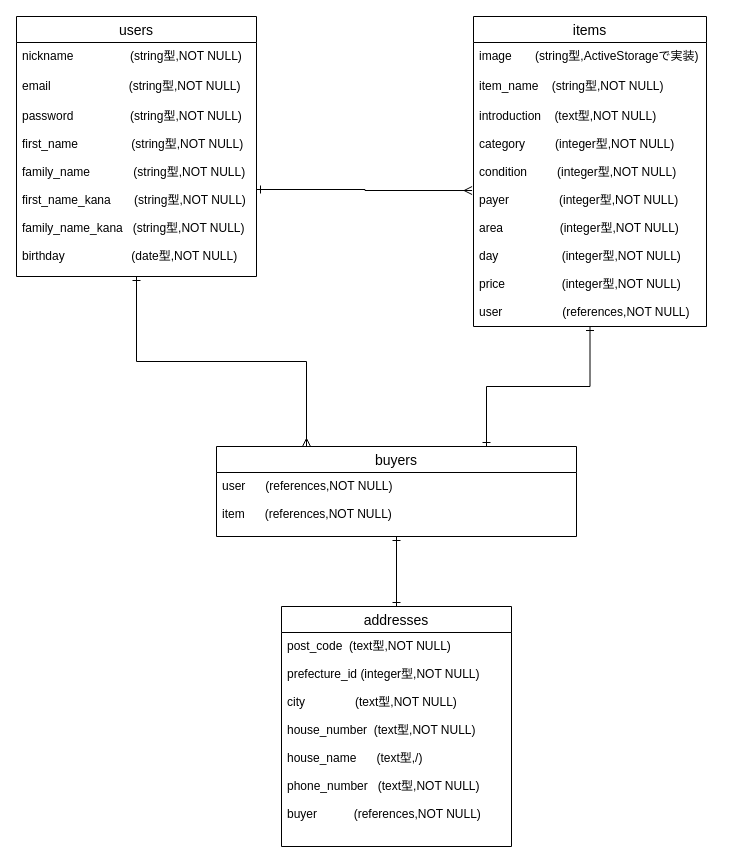
hara-yuto/furima-34762 keeps this draw.io diagram as furima-34762.dio. Above is the earlier version. Source tidied: cells renumbered, new cells numbered last; positions are measured from the earlier drawing's top-left corner, leaving out a move shared by most shapes. Both pictures are drawn from the tidied source at 100%, with x=0, y=0 at pixel (16, 16).
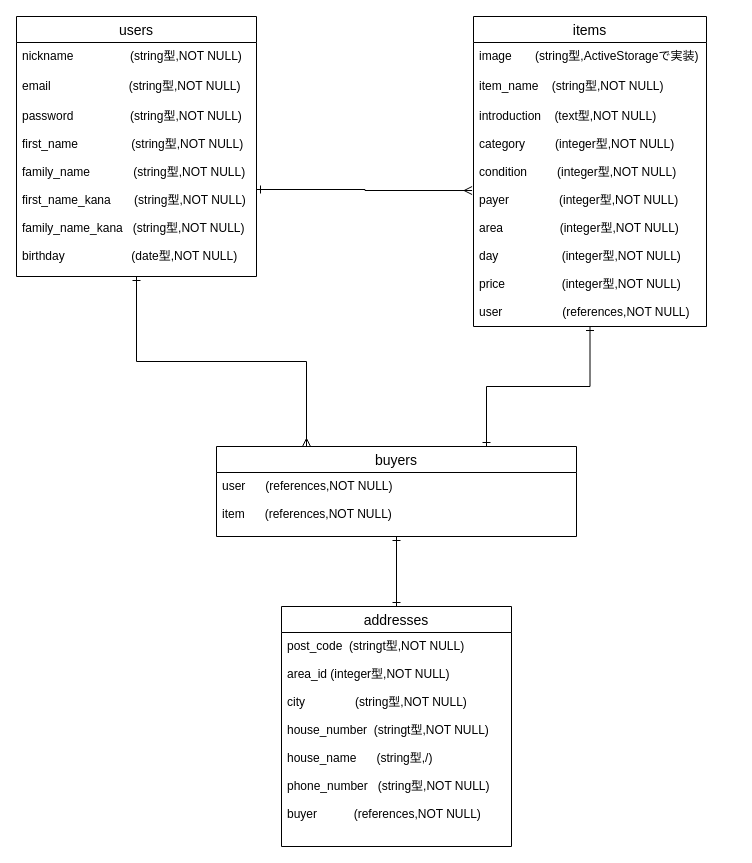
Above is the later version.

Diff of the diagram source:
```diff
@@
 <mxGraphModel>
   <root>
     <mxCell id="0" />
     <mxCell id="1" parent="0" />
     <mxCell id="2" style="edgeStyle=orthogonalEdgeStyle;rounded=0;jettySize=auto;html=1;entryX=0.25;entryY=0;entryDx=0;entryDy=0;startArrow=ERone;startFill=0;endArrow=ERmany;endFill=0;" parent="1" edge="1" source="3" target="13">
       <mxGeometry relative="1" as="geometry" />
     </mxCell>
     <mxCell id="3" value="users" style="swimlane;fontStyle=0;horizontal=1;startSize=26;align=center;fontSize=14;" parent="1" vertex="1">
       <mxGeometry width="240" height="260" as="geometry" />
     </mxCell>
     <mxCell id="4" value="nickname                 (string型,NOT NULL)" style="text;strokeColor=none;fillColor=none;spacingLeft=4;spacingRight=4;overflow=hidden;fontSize=12;" parent="3" vertex="1">
       <mxGeometry y="26" width="240" height="30" as="geometry" />
     </mxCell>
     <mxCell id="5" value="email　　　         　(string型,NOT NULL)" style="text;strokeColor=none;fillColor=none;spacingLeft=4;spacingRight=4;overflow=hidden;fontSize=12;" parent="3" vertex="1">
       <mxGeometry y="56" width="240" height="30" as="geometry" />
     </mxCell>
     <mxCell id="6" value="password                 (string型,NOT NULL)&#10;&#10;first_name                (string型,NOT NULL)&#10;&#10;family_name             (string型,NOT NULL)&#10;&#10;first_name_kana       (string型,NOT NULL)&#10;&#10;family_name_kana   (string型,NOT NULL)&#10;&#10;birthday                    (date型,NOT NULL)                  " style="text;strokeColor=none;fillColor=none;spacingLeft=4;spacingRight=4;overflow=hidden;points=[[0,0.5],[1,0.5]];portConstraint=eastwest;fontSize=12;" parent="3" vertex="1">
       <mxGeometry y="86" width="240" height="174" as="geometry" />
     </mxCell>
     <mxCell id="7" style="edgeStyle=orthogonalEdgeStyle;rounded=0;jettySize=auto;html=1;entryX=0.75;entryY=0;entryDx=0;entryDy=0;startArrow=ERone;startFill=0;endArrow=ERone;endFill=0;" parent="1" edge="1" source="8" target="13">
       <mxGeometry relative="1" as="geometry" />
     </mxCell>
     <mxCell id="8" value="items" style="swimlane;fontStyle=0;horizontal=1;startSize=26;align=center;fontSize=14;" parent="1" vertex="1">
       <mxGeometry x="457" width="233" height="310" as="geometry" />
     </mxCell>
     <mxCell id="9" value="image       (string型,ActiveStorageで実装)           " style="text;strokeColor=none;fillColor=none;spacingLeft=4;spacingRight=4;overflow=hidden;fontSize=12;" parent="8" vertex="1">
       <mxGeometry y="26" width="233" height="30" as="geometry" />
     </mxCell>
     <mxCell id="10" value="item_name    (string型,NOT NULL)" style="text;strokeColor=none;fillColor=none;spacingLeft=4;spacingRight=4;overflow=hidden;fontSize=12;" parent="8" vertex="1">
       <mxGeometry y="56" width="233" height="30" as="geometry" />
     </mxCell>
     <mxCell id="11" value="introduction    (text型,NOT NULL)&#10;&#10;category         (integer型,NOT NULL)&#10;&#10;condition         (integer型,NOT NULL)&#10;&#10;payer               (integer型,NOT NULL)&#10;&#10;area                 (integer型,NOT NULL)&#10;&#10;day                   (integer型,NOT NULL)&#10;&#10;price                 (integer型,NOT NULL)&#10;&#10;user                  (references,NOT NULL)" style="text;strokeColor=none;fillColor=none;spacingLeft=4;spacingRight=4;overflow=hidden;points=[[0,0.5],[1,0.5]];portConstraint=eastwest;fontSize=12;" parent="8" vertex="1">
       <mxGeometry y="86" width="233" height="224" as="geometry" />
     </mxCell>
     <mxCell id="12" style="edgeStyle=orthogonalEdgeStyle;rounded=0;jettySize=auto;html=1;startArrow=ERone;startFill=0;endArrow=ERone;endFill=0;entryX=0.5;entryY=0;entryDx=0;entryDy=0;" parent="1" edge="1" source="13" target="15">
       <mxGeometry relative="1" as="geometry" />
     </mxCell>
     <mxCell id="13" value="buyers" style="swimlane;fontStyle=0;horizontal=1;startSize=26;align=center;fontSize=14;" parent="1" vertex="1">
       <mxGeometry x="200" y="430" width="360" height="90" as="geometry" />
     </mxCell>
     <mxCell id="14" value="user      (references,NOT NULL)&#10;&#10;item      (references,NOT NULL)" style="text;strokeColor=none;fillColor=none;spacingLeft=4;spacingRight=4;overflow=hidden;fontSize=12;" parent="13" vertex="1">
       <mxGeometry y="26" width="360" height="64" as="geometry" />
     </mxCell>
     <mxCell id="15" value="addresses" style="swimlane;fontStyle=0;horizontal=1;startSize=26;align=center;fontSize=14;" parent="1" vertex="1">
       <mxGeometry x="265" y="590" width="230" height="240" as="geometry" />
     </mxCell>
-    <mxCell id="16" value="post_code  (text型,NOT NULL)&#10;&#10;prefecture_id (integer型,NOT NULL)&#10;&#10;city               (text型,NOT NULL)&#10;&#10;house_number  (text型,NOT NULL)&#10;&#10;house_name      (text型,/)&#10;&#10;phone_number   (text型,NOT NULL)&#10;&#10;buyer           (references,NOT NULL)&#10;           " style="text;strokeColor=none;fillColor=none;spacingLeft=4;spacingRight=4;overflow=hidden;fontSize=12;" parent="15" vertex="1">
+    <mxCell id="16" value="post_code  (stringt型,NOT NULL)&#10;&#10;area_id (integer型,NOT NULL)&#10;&#10;city               (string型,NOT NULL)&#10;&#10;house_number  (stringt型,NOT NULL)&#10;&#10;house_name      (string型,/)&#10;&#10;phone_number   (string型,NOT NULL)&#10;&#10;buyer           (references,NOT NULL)&#10;         " style="text;strokeColor=none;fillColor=none;spacingLeft=4;spacingRight=4;overflow=hidden;fontSize=12;" parent="15" vertex="1">
       <mxGeometry y="26" width="230" height="214" as="geometry" />
     </mxCell>
     <mxCell id="17" style="edgeStyle=orthogonalEdgeStyle;rounded=0;jettySize=auto;html=1;entryX=-0.006;entryY=0.393;entryDx=0;entryDy=0;entryPerimeter=0;startArrow=ERone;startFill=0;endArrow=ERmany;endFill=0;" parent="1" edge="1" source="6" target="11">
       <mxGeometry relative="1" as="geometry" />
     </mxCell>
   </root>
 </mxGraphModel>
```
